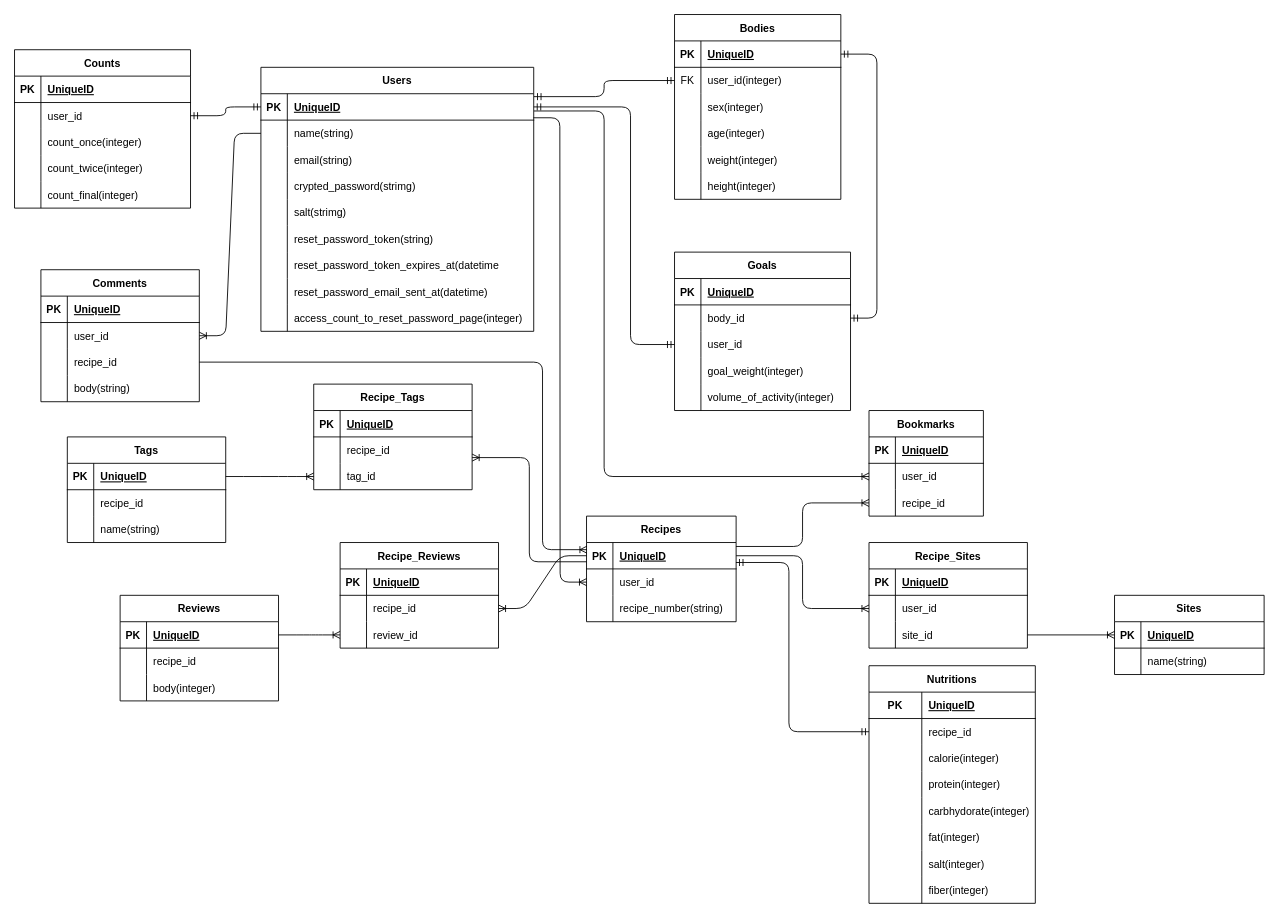
Before: slatrition.drawio in shinotaku1997/slatrition, a draw.io diagram. Source tidied: cells renumbered, new cells numbered last; positions are measured from the earlier drawing's top-left corner, leaving out a move shared by most shapes. Both pictures are drawn from the tidied source at 88%, with x=0, y=0 at pixel (14, 14).
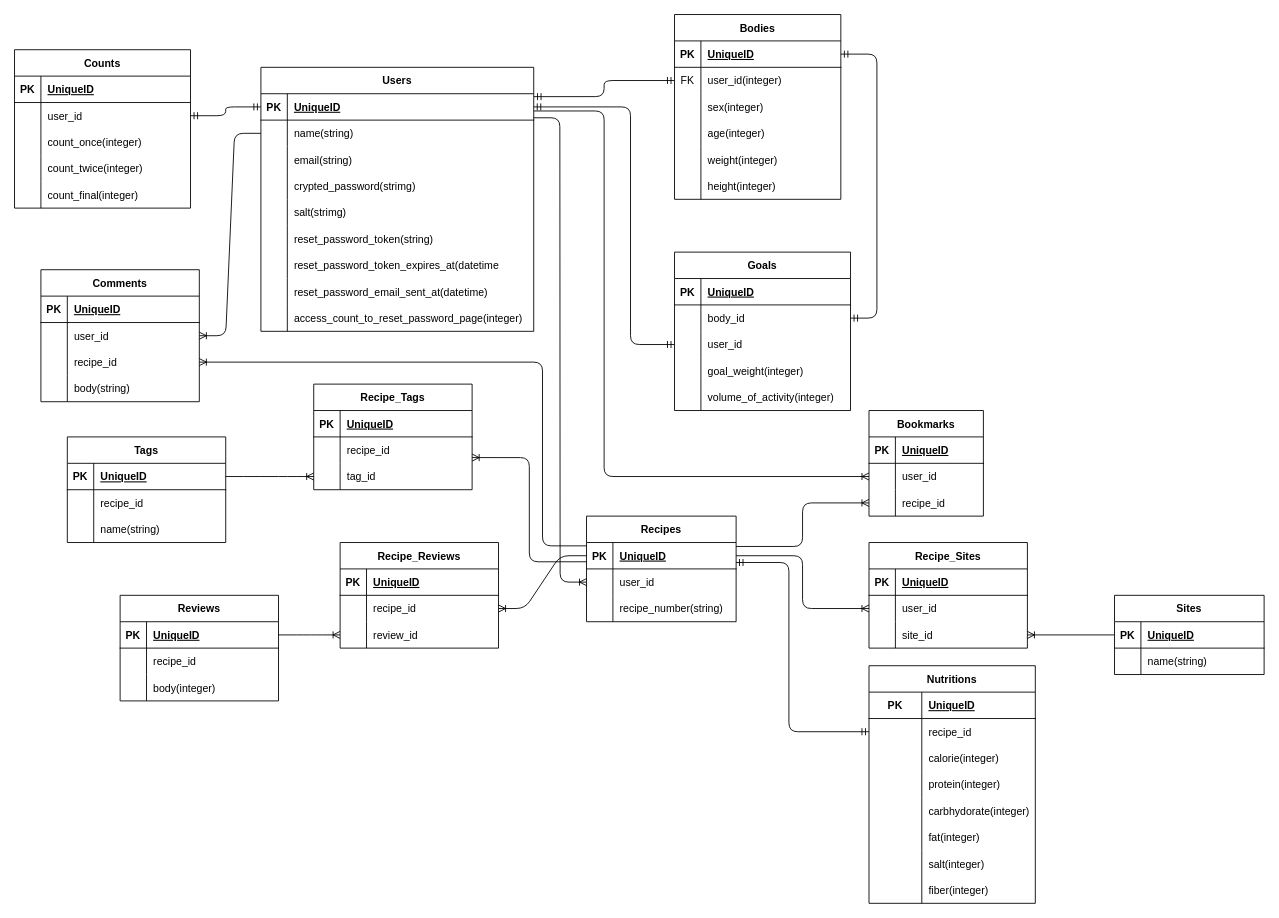
The same diagram, later.

Commit message:
リレーションの修正

The change refers to these unchanged cells:
```xml
<mxCell id="76" style="shape=tableRow;horizontal=0;startSize=0;swimlaneHead=0;swimlaneBody=0;fillColor=none;points=[[0,0.5],[1,0.5]];portConstraint=eastwest;top=0;left=0;right=0;bottom=1;" parent="75" vertex="1">
  <mxGeometry y="30" width="170" height="30" as="geometry" />
</mxCell>
<mxCell id="127" style="shape=tableRow;horizontal=0;startSize=0;swimlaneHead=0;swimlaneBody=0;fillColor=none;points=[[0,0.5],[1,0.5]];portConstraint=eastwest;top=0;left=0;right=0;bottom=1;" parent="126" vertex="1">
  <mxGeometry y="30" width="170" height="30" as="geometry" />
</mxCell>
<mxCell id="146" style="shape=tableRow;horizontal=0;startSize=0;swimlaneHead=0;swimlaneBody=0;fillColor=none;points=[[0,0.5],[1,0.5]];portConstraint=eastwest;top=0;left=0;right=0;bottom=0;" parent="139" vertex="1">
  <mxGeometry y="90" width="180" height="30" as="geometry" />
</mxCell>
<mxCell id="160" style="shape=tableRow;horizontal=0;startSize=0;swimlaneHead=0;swimlaneBody=0;fillColor=none;points=[[0,0.5],[1,0.5]];portConstraint=eastwest;top=0;left=0;right=0;bottom=0;" parent="153" vertex="1">
  <mxGeometry y="90" width="180" height="30" as="geometry" />
</mxCell>
```

Diff of the diagram source:
```diff
@@
-    <mxCell id="149" style="edgeStyle=orthogonalEdgeStyle;fontSize=12;html=1;endArrow=ERoneToMany;exitX=1;exitY=0.5;exitDx=0;exitDy=0;entryX=0;entryY=0.5;entryDx=0;entryDy=0;" parent="1" edge="1" source="146" target="127">
+    <mxCell id="149" style="edgeStyle=orthogonalEdgeStyle;fontSize=12;html=1;endArrow=ERoneToMany;exitX=0;exitY=0.5;exitDx=0;exitDy=0;entryX=1;entryY=0.5;entryDx=0;entryDy=0;" parent="1" edge="1" source="127" target="146">
       <mxGeometry relative="1" as="geometry" />
     </mxCell>
@@
-    <mxCell id="189" style="edgeStyle=orthogonalEdgeStyle;fontSize=12;html=1;endArrow=ERoneToMany;exitX=1;exitY=0.5;exitDx=0;exitDy=0;entryX=0.003;entryY=0.271;entryDx=0;entryDy=0;entryPerimeter=0;" parent="1" edge="1" source="160" target="76">
+    <mxCell id="189" style="edgeStyle=orthogonalEdgeStyle;fontSize=12;html=1;endArrow=ERoneToMany;exitX=-0.001;exitY=0.127;exitDx=0;exitDy=0;exitPerimeter=0;entryX=1;entryY=0.5;entryDx=0;entryDy=0;" parent="1" edge="1" source="76" target="160">
       <mxGeometry relative="1" as="geometry">
         <Array as="points">
+          <mxPoint x="600" y="604" />
           <mxPoint x="600" y="395" />
-          <mxPoint x="600" y="608" />
         </Array>
       </mxGeometry>
     </mxCell>
```
